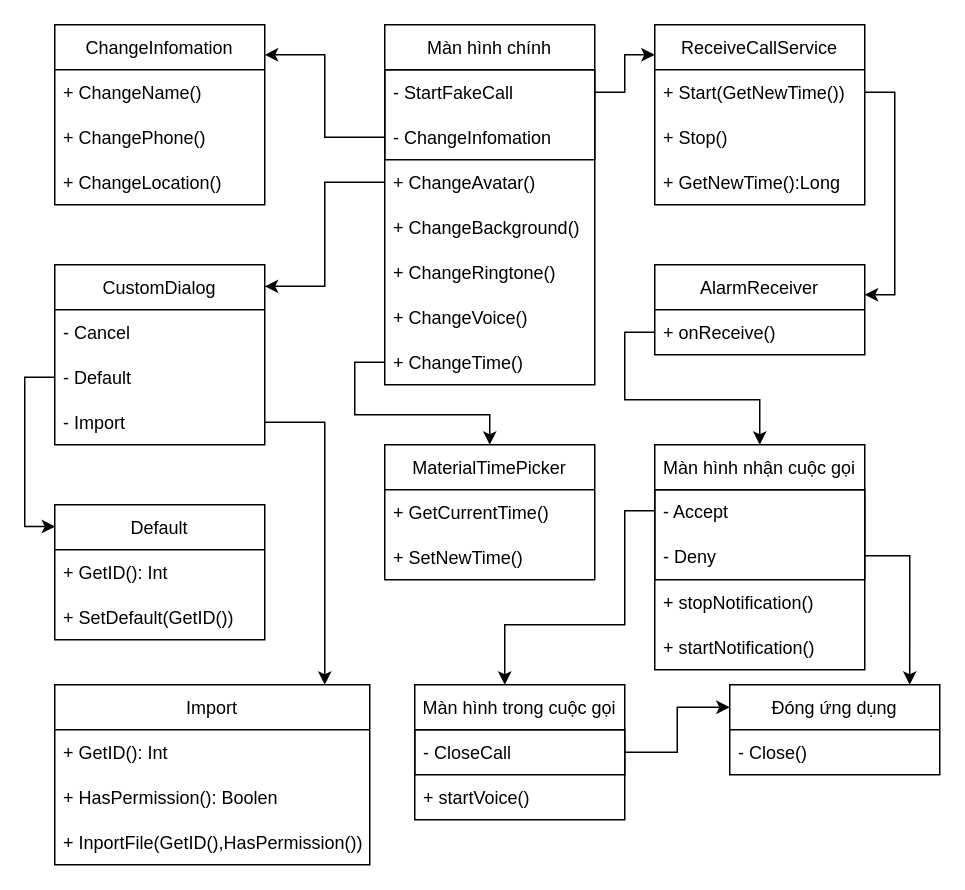
Above: Untitled Diagram.drawio in Mvt1927/FakeCall (draw.io), before the change. Source tidied: cells renumbered, new cells numbered last; positions are measured from the earlier drawing's top-left corner, leaving out a move shared by most shapes. Both pictures are drawn from the tidied source at 150%, with x=0, y=0 at pixel (54, 24).
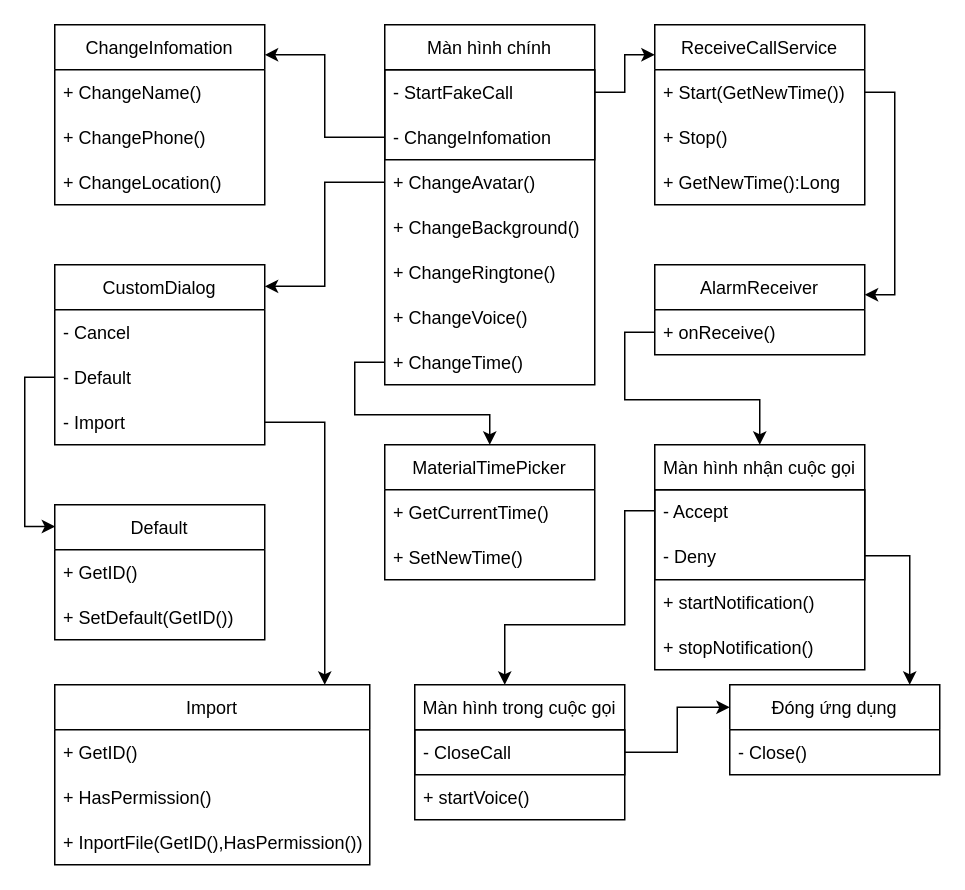
Above is the later version.

Unchanged cells that the change refers to:
```xml
<mxCell id="21" value="Default" style="swimlane;fontStyle=0;horizontal=1;startSize=30;" parent="1" vertex="1">
  <mxGeometry y="320" width="140" height="90" as="geometry" />
</mxCell>
<mxCell id="25" value="Import" style="swimlane;fontStyle=0;horizontal=1;startSize=30;" parent="1" vertex="1">
  <mxGeometry y="440" width="210" height="120" as="geometry" />
</mxCell>
<mxCell id="42" value="Màn hình nhận cuộc gọi" style="swimlane;fontStyle=0;horizontal=1;startSize=30;" parent="1" vertex="1">
  <mxGeometry x="400" y="280" width="140" height="150" as="geometry" />
</mxCell>
```

The edit, as a diff of the source:
```diff
@@
-    <mxCell id="22" value="+ GetID(): Int" style="text;strokeColor=none;fillColor=none;align=left;verticalAlign=middle;spacingLeft=4;spacingRight=4;overflow=hidden;" parent="21" vertex="1">
+    <mxCell id="22" value="+ GetID()" style="text;strokeColor=none;fillColor=none;align=left;verticalAlign=middle;spacingLeft=4;spacingRight=4;overflow=hidden;" parent="21" vertex="1">
       <mxGeometry y="30" width="140" height="30" as="geometry" />
     </mxCell>
@@
-    <mxCell id="26" value="+ GetID(): Int" style="text;strokeColor=none;fillColor=none;align=left;verticalAlign=middle;spacingLeft=4;spacingRight=4;overflow=hidden;" parent="25" vertex="1">
+    <mxCell id="26" value="+ GetID()" style="text;strokeColor=none;fillColor=none;align=left;verticalAlign=middle;spacingLeft=4;spacingRight=4;overflow=hidden;" parent="25" vertex="1">
       <mxGeometry y="30" width="210" height="30" as="geometry" />
     </mxCell>
-    <mxCell id="27" value="+ HasPermission(): Boolen" style="text;strokeColor=none;fillColor=none;align=left;verticalAlign=middle;spacingLeft=4;spacingRight=4;overflow=hidden;" parent="25" vertex="1">
+    <mxCell id="27" value="+ HasPermission()" style="text;strokeColor=none;fillColor=none;align=left;verticalAlign=middle;spacingLeft=4;spacingRight=4;overflow=hidden;" parent="25" vertex="1">
       <mxGeometry y="60" width="210" height="30" as="geometry" />
     </mxCell>
@@
+    <mxCell id="47" value="+ startNotification()" style="text;strokeColor=none;fillColor=none;align=left;verticalAlign=middle;spacingLeft=4;spacingRight=4;overflow=hidden;" parent="42" vertex="1">
+      <mxGeometry y="90" width="140" height="30" as="geometry" />
+    </mxCell>
     <mxCell id="46" value="+ stopNotification()" style="text;strokeColor=none;fillColor=none;align=left;verticalAlign=middle;spacingLeft=4;spacingRight=4;overflow=hidden;" parent="42" vertex="1">
-      <mxGeometry y="90" width="140" height="30" as="geometry" />
+      <mxGeometry y="120" width="140" height="30" as="geometry" />
     </mxCell>
-    <mxCell id="47" value="+ startNotification()" style="text;strokeColor=none;fillColor=none;align=left;verticalAlign=middle;spacingLeft=4;spacingRight=4;overflow=hidden;" parent="42" vertex="1">
-      <mxGeometry y="120" width="140" height="30" as="geometry" />
-    </mxCell>
```
